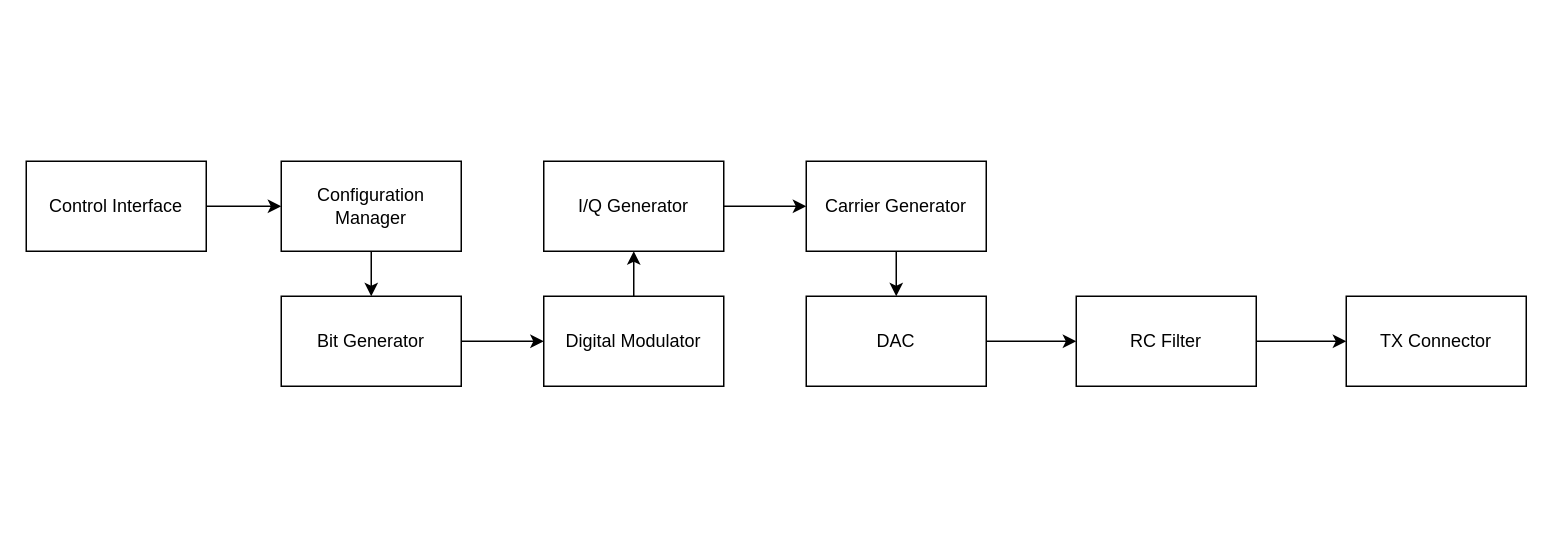
This is Hardware/block_diagrams/02_tx_subsystem.drawio from younesGhiyasvand/amc-stm32-platform, a draw.io file, before an edit. Source tidied: cells renumbered, new cells numbered last; positions are measured from the earlier drawing's top-left corner, leaving out a move shared by most shapes. Both pictures are drawn from the tidied source at 150%, with x=0, y=0 at pixel (26, 160).
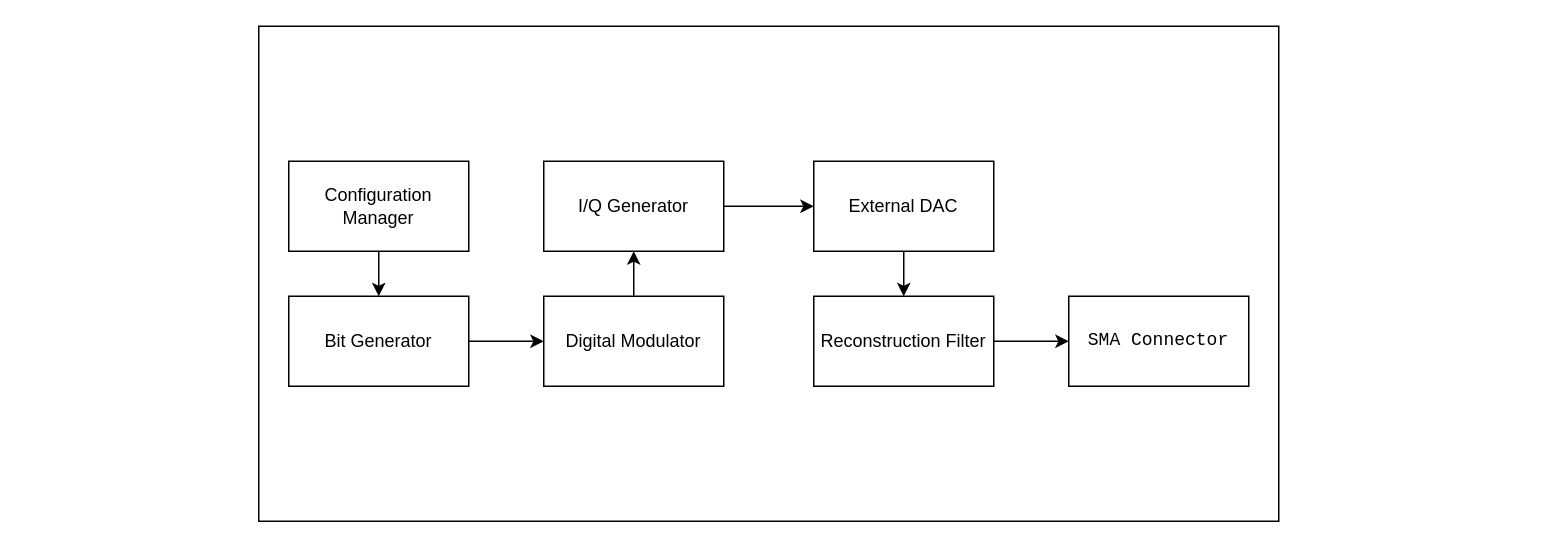
The same diagram, later.

Diff of the diagram source:
```diff
@@
 <mxGraphModel>
   <root>
     <mxCell id="0" />
     <mxCell id="1" parent="0" />
+    <mxCell id="19" style="rounded=0;whiteSpace=wrap;html=1;" parent="1" vertex="1">
+      <mxGeometry x="155" y="-90" width="680" height="330" as="geometry" />
+    </mxCell>
+    <mxCell id="20" style="edgeStyle=orthogonalEdgeStyle;rounded=0;jettySize=auto;html=1;" parent="1" edge="1" source="5" target="22">
+      <mxGeometry relative="1" as="geometry" />
+    </mxCell>
+    <mxCell id="5" value="I/Q Generator" style="rounded=0;whiteSpace=wrap;html=1;" parent="1" vertex="1">
+      <mxGeometry x="345" width="120" height="60" as="geometry" />
+    </mxCell>
+    <mxCell id="21" style="edgeStyle=orthogonalEdgeStyle;rounded=0;jettySize=auto;html=1;" parent="1" edge="1" source="22" target="24">
+      <mxGeometry relative="1" as="geometry" />
+    </mxCell>
+    <mxCell id="22" value="External DAC" style="rounded=0;whiteSpace=wrap;html=1;" parent="1" vertex="1">
+      <mxGeometry x="525" width="120" height="60" as="geometry" />
+    </mxCell>
+    <mxCell id="23" style="edgeStyle=orthogonalEdgeStyle;rounded=0;jettySize=auto;html=1;" parent="1" edge="1" source="24" target="25">
+      <mxGeometry relative="1" as="geometry" />
+    </mxCell>
+    <mxCell id="24" value="Reconstruction Filter" style="rounded=0;whiteSpace=wrap;html=1;" parent="1" vertex="1">
+      <mxGeometry x="525" y="90" width="120" height="60" as="geometry" />
+    </mxCell>
+    <mxCell id="25" value="&lt;pre class=&quot;overflow-visible! px-0!&quot;&gt;&lt;div class=&quot;relative w-full mt-4 mb-1&quot;&gt;&lt;div class=&quot;&quot;&gt;&lt;div class=&quot;contents&quot;&gt;&lt;div class=&quot;relative&quot;&gt;&lt;div class=&quot;h-full min-h-0 min-w-0&quot;&gt;&lt;div class=&quot;h-full min-h-0 min-w-0&quot;&gt;&lt;div class=&quot;border border-token-border-light border-radius-3xl corner-superellipse/1.1 rounded-3xl&quot;&gt;&lt;div class=&quot;h-full w-full border-radius-3xl bg-token-bg-elevated-secondary corner-superellipse/1.1 overflow-clip rounded-3xl lxnfua_clipPathFallback&quot;&gt;&lt;div class=&quot;relative&quot;&gt;&lt;div class=&quot;pe-11 pt-3&quot;&gt;&lt;div class=&quot;relative z-0 flex max-w-full&quot;&gt;&lt;div id=&quot;code-block-viewer&quot; dir=&quot;ltr&quot; class=&quot;q9tKkq_viewer cm-editor z-10 light:cm-light dark:cm-light flex h-full w-full flex-col items-stretch ͼs ͼ16&quot;&gt;&lt;div class=&quot;cm-scroller&quot;&gt;&lt;pre class=&quot;cm-content q9tKkq_readonly m-0&quot;&gt;&lt;code&gt;SMA Connector&lt;/code&gt;&lt;/pre&gt;&lt;/div&gt;&lt;/div&gt;&lt;/div&gt;&lt;/div&gt;&lt;/div&gt;&lt;/div&gt;&lt;/div&gt;&lt;/div&gt;&lt;/div&gt;&lt;div class=&quot;&quot;&gt;&lt;div class=&quot;&quot;&gt;&lt;/div&gt;&lt;/div&gt;&lt;/div&gt;&lt;/div&gt;&lt;/div&gt;&lt;/div&gt;&lt;/pre&gt;" style="rounded=0;whiteSpace=wrap;html=1;" parent="1" vertex="1">
+      <mxGeometry x="695" y="90" width="120" height="60" as="geometry" />
+    </mxCell>
+    <mxCell id="17" style="edgeStyle=orthogonalEdgeStyle;rounded=0;jettySize=auto;html=1;" parent="1" edge="1" source="18" target="3">
+      <mxGeometry relative="1" as="geometry" />
+    </mxCell>
+    <mxCell id="18" value="Bit Generator" style="rounded=0;whiteSpace=wrap;html=1;" parent="1" vertex="1">
+      <mxGeometry x="175" y="90" width="120" height="60" as="geometry" />
+    </mxCell>
+    <mxCell id="26" style="edgeStyle=orthogonalEdgeStyle;rounded=0;jettySize=auto;html=1;" parent="1" edge="1" source="27" target="18">
+      <mxGeometry relative="1" as="geometry" />
+    </mxCell>
+    <mxCell id="27" value="Configuration Manager" style="rounded=0;whiteSpace=wrap;html=1;" parent="1" vertex="1">
+      <mxGeometry x="175" width="120" height="60" as="geometry" />
+    </mxCell>
     <mxCell id="2" style="edgeStyle=orthogonalEdgeStyle;rounded=0;jettySize=auto;html=1;" parent="1" edge="1" source="3" target="5">
       <mxGeometry relative="1" as="geometry" />
     </mxCell>
     <mxCell id="3" value="Digital Modulator" style="rounded=0;whiteSpace=wrap;html=1;" parent="1" vertex="1">
       <mxGeometry x="345" y="90" width="120" height="60" as="geometry" />
     </mxCell>
-    <mxCell id="4" style="edgeStyle=orthogonalEdgeStyle;rounded=0;jettySize=auto;html=1;" parent="1" edge="1" source="5" target="7">
-      <mxGeometry relative="1" as="geometry" />
-    </mxCell>
-    <mxCell id="5" value="I/Q Generator" style="rounded=0;whiteSpace=wrap;html=1;" parent="1" vertex="1">
-      <mxGeometry x="345" width="120" height="60" as="geometry" />
-    </mxCell>
-    <mxCell id="6" style="edgeStyle=orthogonalEdgeStyle;rounded=0;jettySize=auto;html=1;" parent="1" edge="1" source="7" target="9">
-      <mxGeometry relative="1" as="geometry" />
-    </mxCell>
-    <mxCell id="7" value="Carrier Generator" style="rounded=0;whiteSpace=wrap;html=1;" parent="1" vertex="1">
-      <mxGeometry x="520" width="120" height="60" as="geometry" />
-    </mxCell>
-    <mxCell id="8" style="edgeStyle=orthogonalEdgeStyle;rounded=0;jettySize=auto;html=1;" parent="1" edge="1" source="9" target="11">
-      <mxGeometry relative="1" as="geometry" />
-    </mxCell>
-    <mxCell id="9" value="DAC" style="rounded=0;whiteSpace=wrap;html=1;" parent="1" vertex="1">
-      <mxGeometry x="520" y="90" width="120" height="60" as="geometry" />
-    </mxCell>
-    <mxCell id="10" style="edgeStyle=orthogonalEdgeStyle;rounded=0;jettySize=auto;html=1;" parent="1" edge="1" source="11" target="12">
-      <mxGeometry relative="1" as="geometry" />
-    </mxCell>
-    <mxCell id="11" value="RC Filter" style="rounded=0;whiteSpace=wrap;html=1;" parent="1" vertex="1">
-      <mxGeometry x="700" y="90" width="120" height="60" as="geometry" />
-    </mxCell>
-    <mxCell id="12" value="TX Connector" style="rounded=0;whiteSpace=wrap;html=1;" parent="1" vertex="1">
-      <mxGeometry x="880" y="90" width="120" height="60" as="geometry" />
-    </mxCell>
-    <mxCell id="13" style="edgeStyle=orthogonalEdgeStyle;rounded=0;jettySize=auto;html=1;" parent="1" edge="1" source="14" target="18">
-      <mxGeometry relative="1" as="geometry" />
-    </mxCell>
-    <mxCell id="14" value="Configuration Man&lt;span style=&quot;background-color: transparent; color: light-dark(rgb(0, 0, 0), rgb(255, 255, 255));&quot;&gt;ager&lt;/span&gt;" style="rounded=0;whiteSpace=wrap;html=1;" parent="1" vertex="1">
-      <mxGeometry x="170" width="120" height="60" as="geometry" />
-    </mxCell>
-    <mxCell id="15" style="edgeStyle=orthogonalEdgeStyle;rounded=0;jettySize=auto;html=1;" parent="1" edge="1" source="16" target="14">
-      <mxGeometry relative="1" as="geometry" />
-    </mxCell>
-    <mxCell id="16" value="Control Interface" style="rounded=0;whiteSpace=wrap;html=1;" parent="1" vertex="1">
-      <mxGeometry width="120" height="60" as="geometry" />
-    </mxCell>
-    <mxCell id="17" style="edgeStyle=orthogonalEdgeStyle;rounded=0;jettySize=auto;html=1;" parent="1" edge="1" source="18" target="3">
-      <mxGeometry relative="1" as="geometry" />
-    </mxCell>
-    <mxCell id="18" value="Bit Generator" style="rounded=0;whiteSpace=wrap;html=1;" parent="1" vertex="1">
-      <mxGeometry x="170" y="90" width="120" height="60" as="geometry" />
-    </mxCell>
   </root>
 </mxGraphModel>
```
